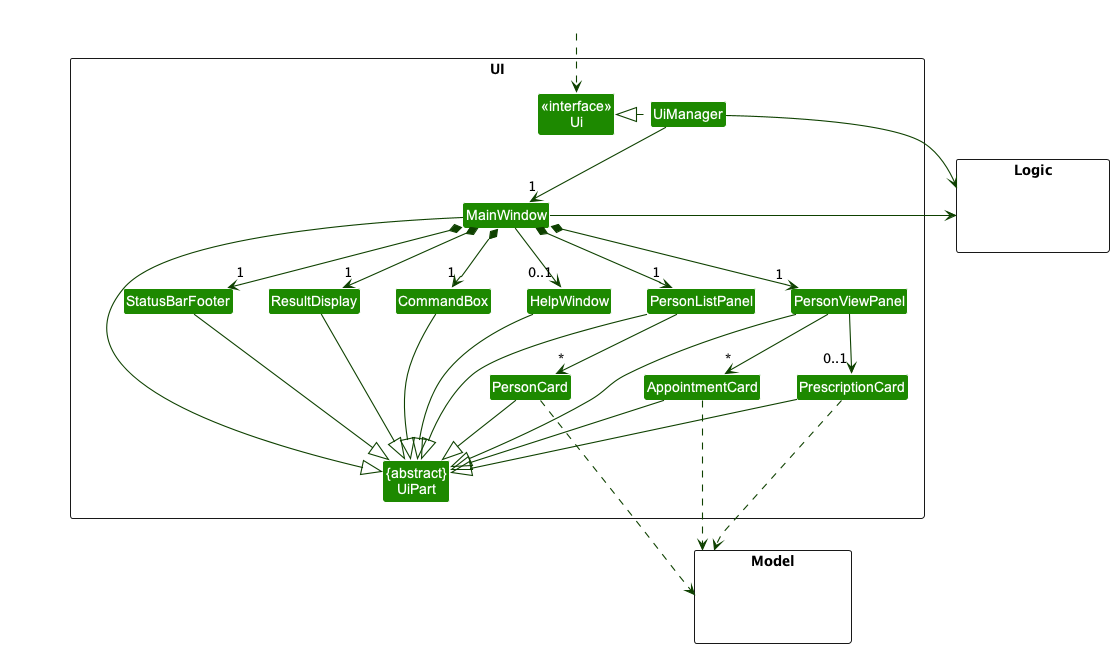
Before: docs/images/UiClassDiagram.png, a diagram exported from PlantUML (nus-cs2103-AY2223S2/tp).
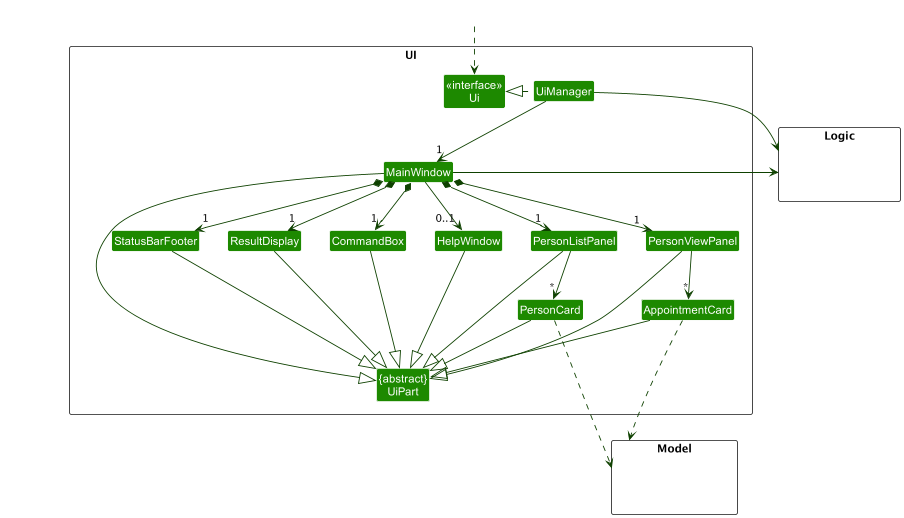
After the commit.

Change to the diagram source:
```diff
@@ -17,7 +17,6 @@
 Class CommandBox
 Class PersonViewPanel
 Class AppointmentCard
-Class PrescriptionCard
 }
 
 package Model <<Rectangle>> {
@@ -42,7 +41,6 @@
 
 PersonListPanel -down-> "*" PersonCard
 PersonViewPanel -down-> "*" AppointmentCard
-PersonViewPanel -down-> "0..1" PrescriptionCard
 
 
 MainWindow -left-|> UiPart
@@ -55,11 +53,9 @@
 HelpWindow --|> UiPart
 PersonViewPanel --|> UiPart
 AppointmentCard --|> UiPart
-PrescriptionCard --|> UiPart
 
 PersonCard ..down.> Model
 AppointmentCard .down.> Model
-PrescriptionCard .down.> Model
 UiManager -right-> Logic
 MainWindow -left-> Logic
 
```
